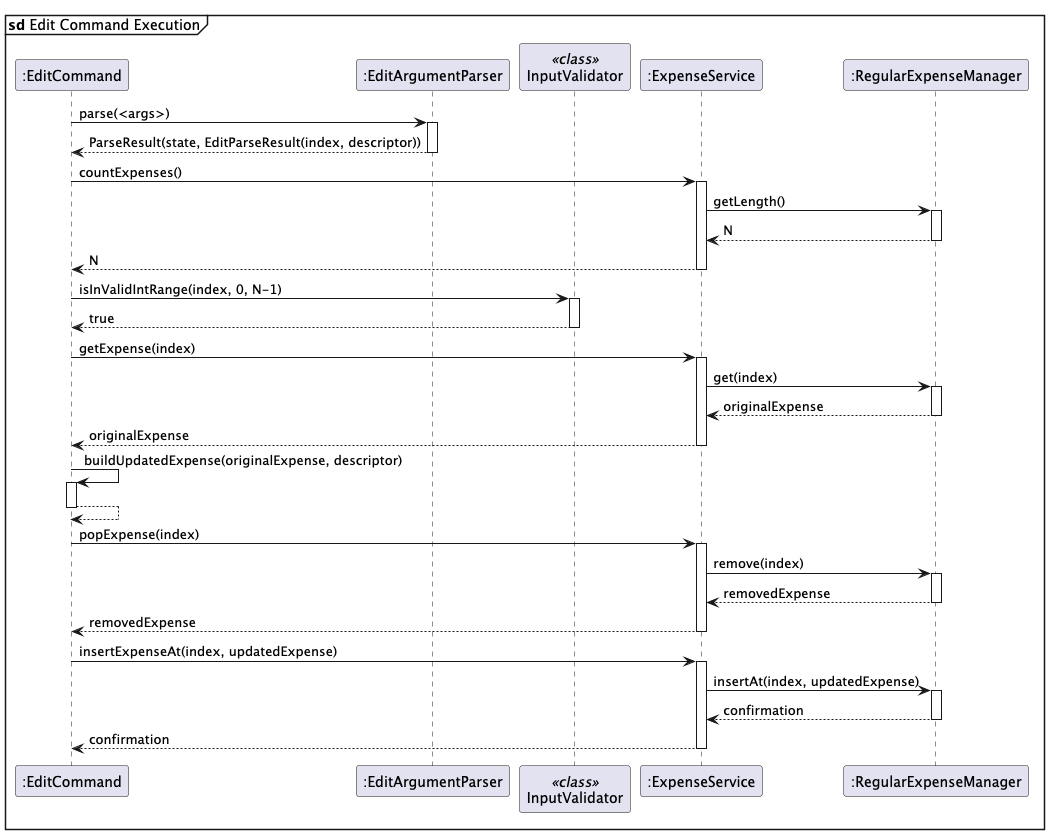
The PlantUML diagram docs/images/editCommand.png in randust/tp, before a commit.
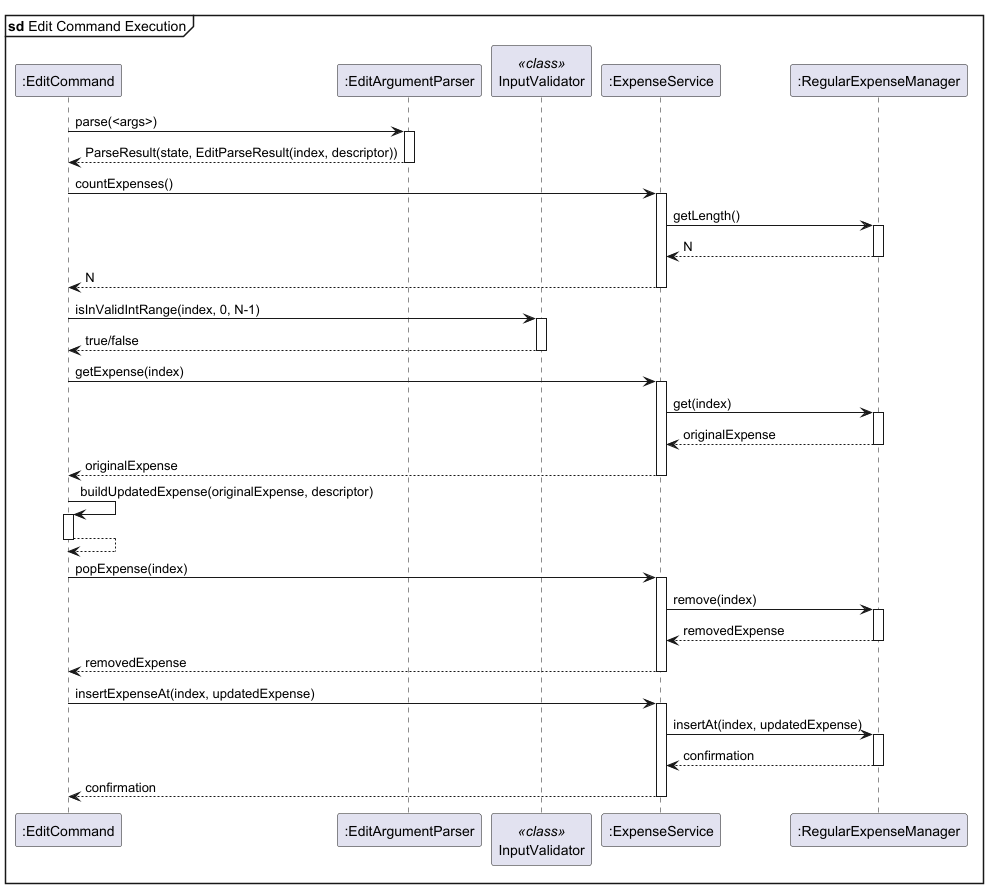
The same file after the commit.

Commit message:
Fix expense class diagram and delete command sequence diagram

What changed in the source:
```diff
@@ -28,7 +28,7 @@
 EditCmd -> Validator : isInValidIntRange(index, 0, N-1)
 activate Validator
 
-Validator --> EditCmd : true
+Validator --> EditCmd : true/false
 deactivate Validator
 
 EditCmd -> ExpenseSvc : getExpense(index)
```
